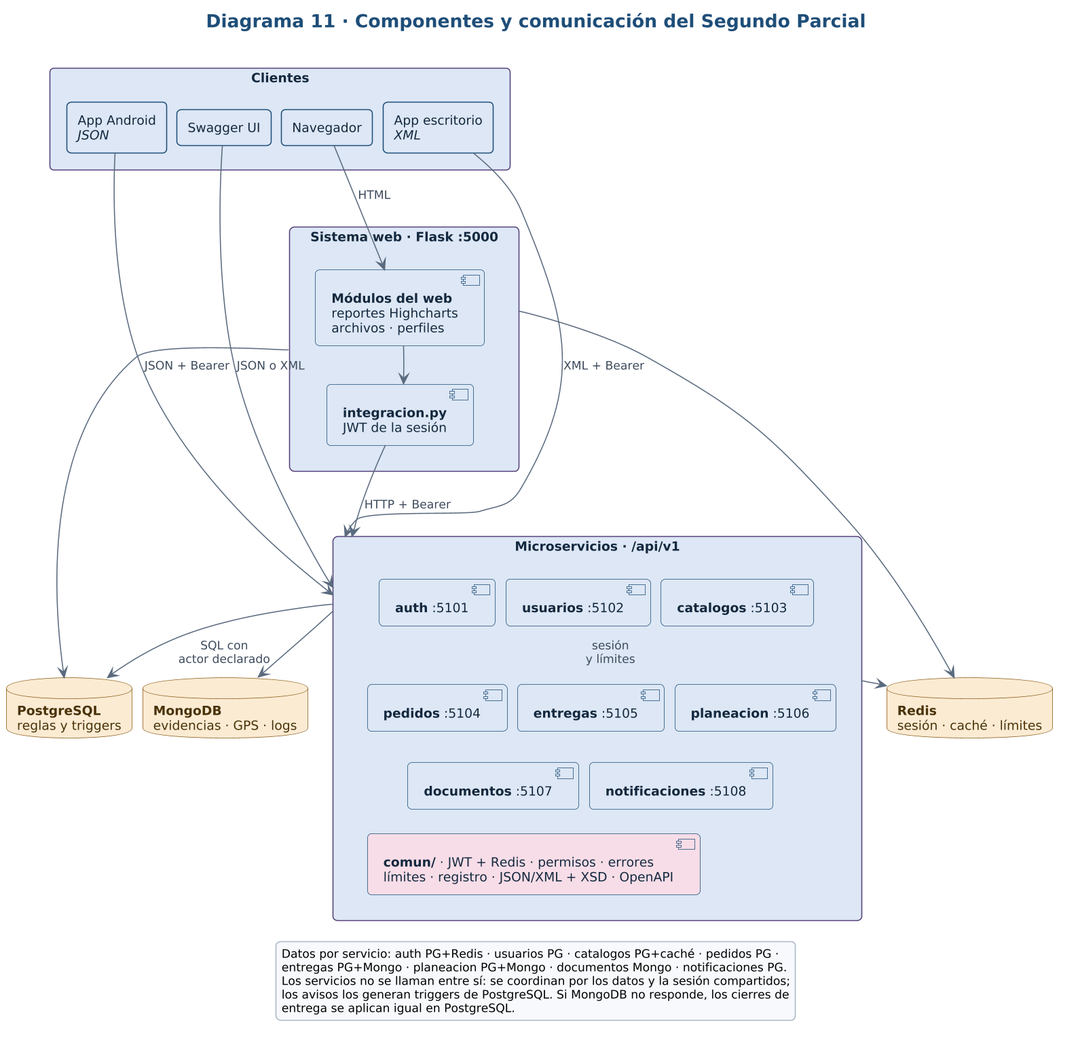
Before: bloque_d/diagramas/11_componentes_microservicios.png, a diagram exported from PlantUML (mauro-castp/proyecto-integracion).
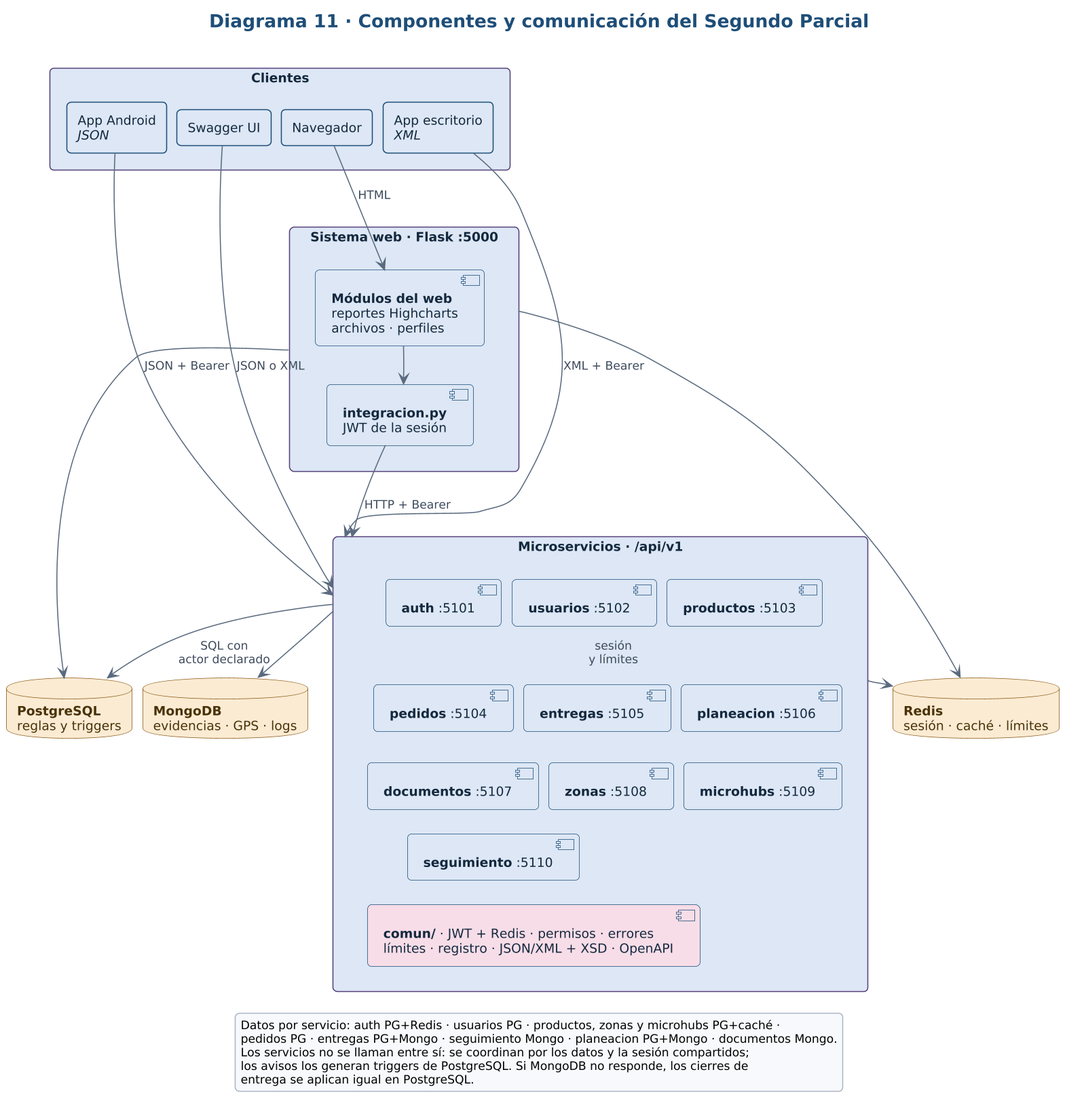
Above is the later version.

Change to the diagram source:
```diff
@@ -25,12 +25,14 @@
 rectangle "Microservicios · /api/v1" as MS {
   component "**auth** :5101" as S1
   component "**usuarios** :5102" as S2
-  component "**catalogos** :5103" as S3
+  component "**productos** :5103" as S3
   component "**pedidos** :5104" as S4
   component "**entregas** :5105" as S5
   component "**planeacion** :5106" as S6
   component "**documentos** :5107" as S7
-  component "**notificaciones** :5108" as S8
+  component "**zonas** :5108" as S8
+  component "**microhubs** :5109" as S9
+  component "**seguimiento** :5110" as S10
   component "**comun/** · JWT + Redis · permisos · errores\nlímites · registro · JSON/XML + XSD · OpenAPI" as COM #F7DCE7
 }
 
@@ -47,9 +49,11 @@
 S4 -[hidden]right- S5
 S5 -[hidden]right- S6
 S7 -[hidden]right- S8
+S8 -[hidden]right- S9
 S1 -[hidden]down- S4
 S4 -[hidden]down- S7
-S7 -[hidden]down- COM
+S7 -[hidden]down- S10
+S10 -[hidden]down- COM
 PG -[hidden]right- MG
 MG -[hidden]right- RD
 WEB -[hidden]down- MS
@@ -67,8 +71,8 @@
 WEB --> RD
 
 legend bottom
-  Datos por servicio: auth PG+Redis · usuarios PG · catalogos PG+caché · pedidos PG ·
-  entregas PG+Mongo · planeacion PG+Mongo · documentos Mongo · notificaciones PG.
+  Datos por servicio: auth PG+Redis · usuarios PG · productos, zonas y microhubs PG+caché ·
+  pedidos PG · entregas PG+Mongo · seguimiento Mongo · planeacion PG+Mongo · documentos Mongo.
   Los servicios no se llaman entre sí: se coordinan por los datos y la sesión compartidos;
   los avisos los generan triggers de PostgreSQL. Si MongoDB no responde, los cierres de
   entrega se aplican igual en PostgreSQL.
```
